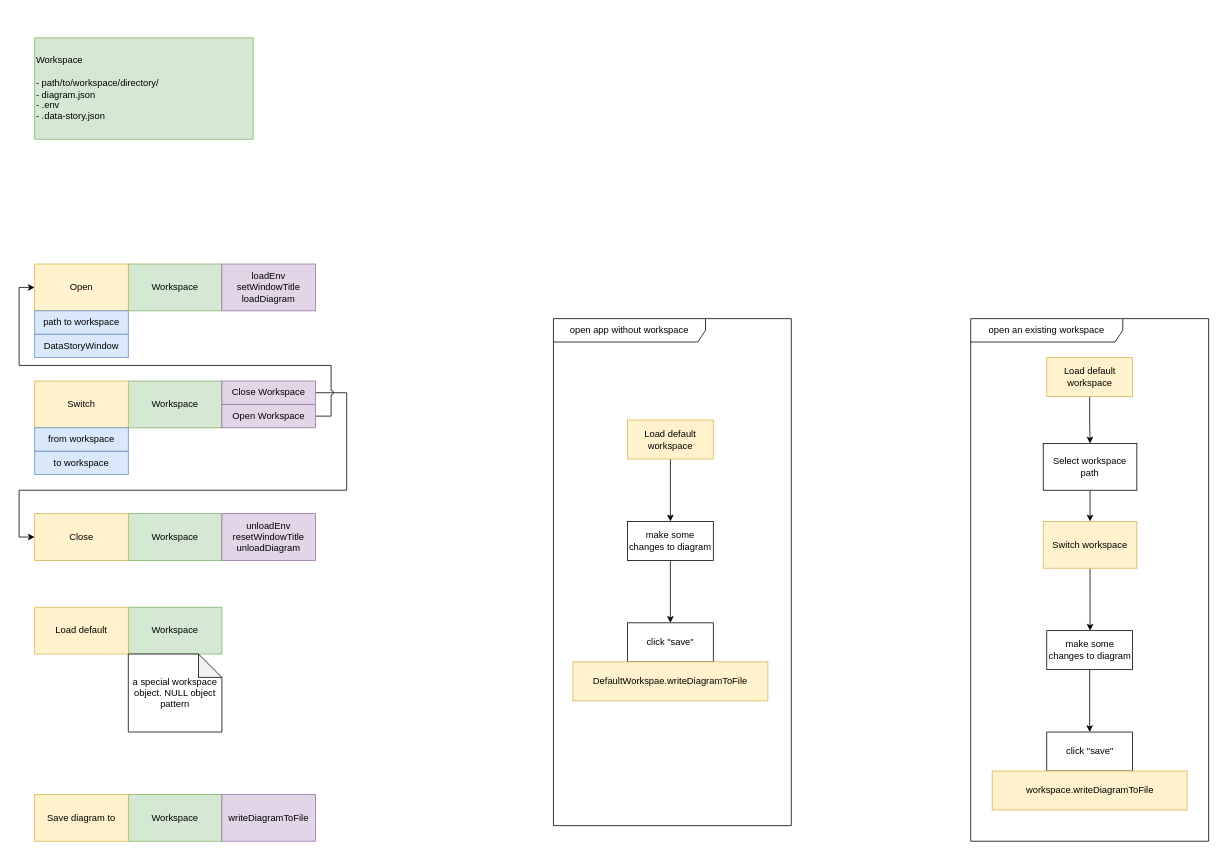
Above: page "workspace" (2 of 4) of Untitled Diagram.drawio in stone-lyl/assets (draw.io), before the change. Source tidied: cells renumbered, new cells numbered last; positions are measured from the earlier drawing's top-left corner, leaving out a move shared by most shapes. Both pictures are drawn from the tidied source at 78%, with x=0, y=0 at pixel (19, 37).
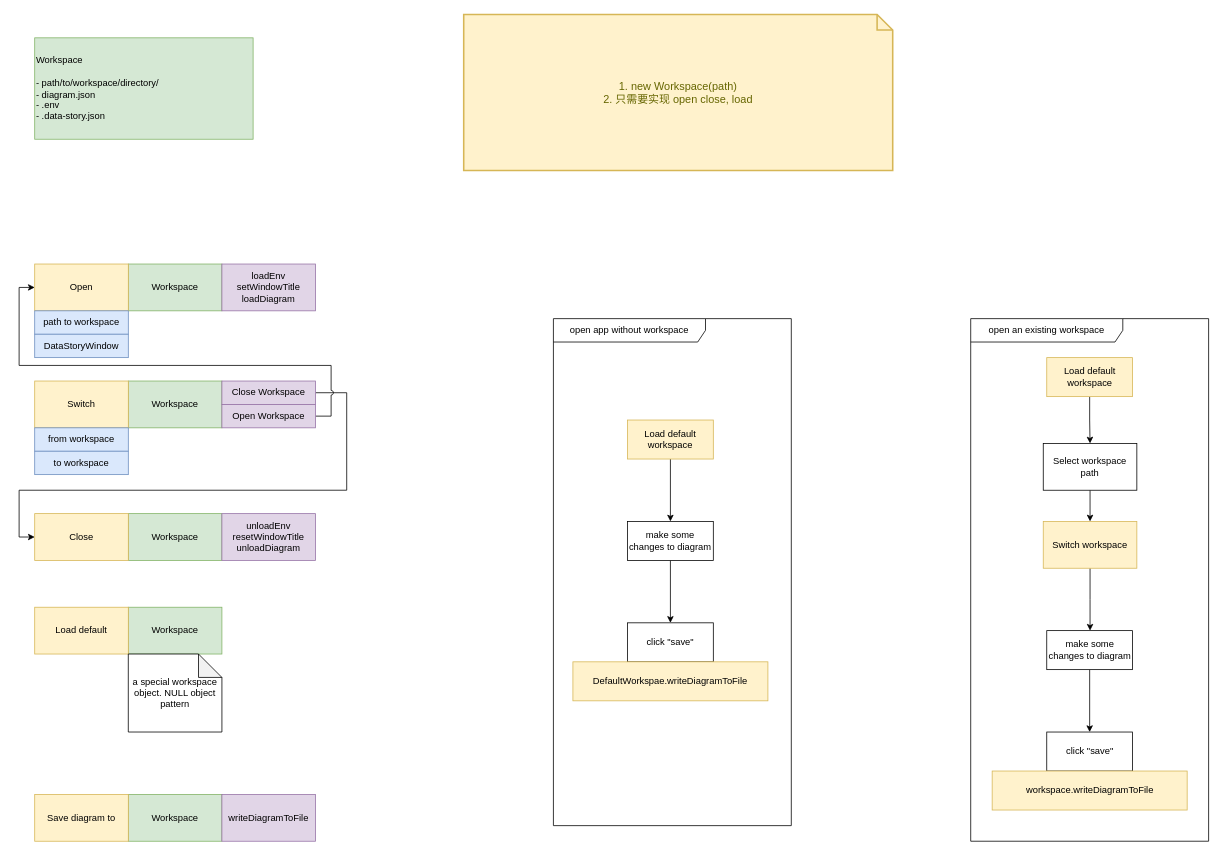
After the change.

Diff of the diagram source:
```diff
@@
+    <mxCell id="43" value="1. new Workspace(path)&lt;div&gt;2. 只需要实现 open close, load&lt;/div&gt;" style="shape=note;strokeWidth=2;fontSize=14;size=20;whiteSpace=wrap;html=1;fillColor=#fff2cc;strokeColor=#d6b656;fontColor=#666600;" parent="1" vertex="1">
+      <mxGeometry x="570" y="-30" width="550" height="200" as="geometry" />
+    </mxCell>
```
